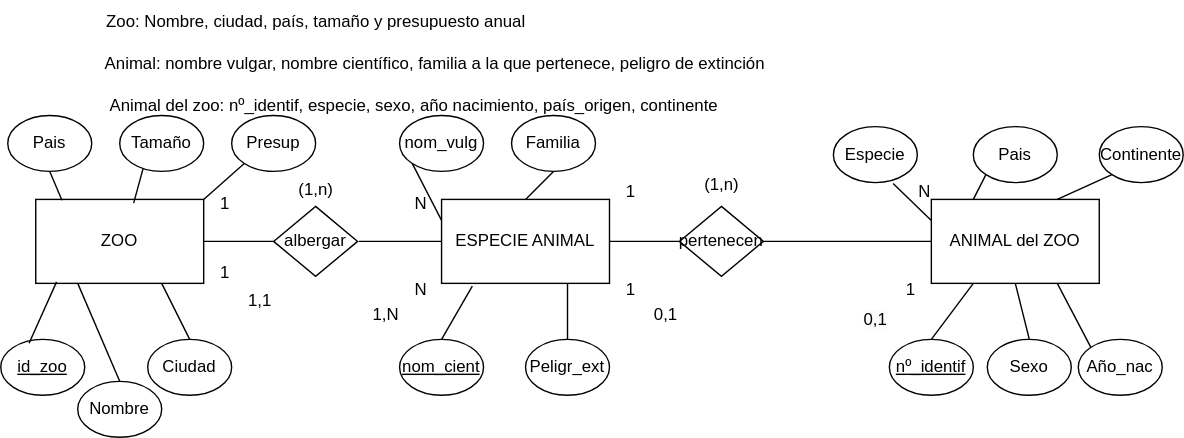
aitorarregui10/Dise-oBBDD keeps this draw.io diagram as Zoo.drawio.svg. Above is the earlier version. Source tidied: cells renumbered, new cells last; positions are measured from the earlier drawing's top-left corner, leaving out a move shared by most shapes.
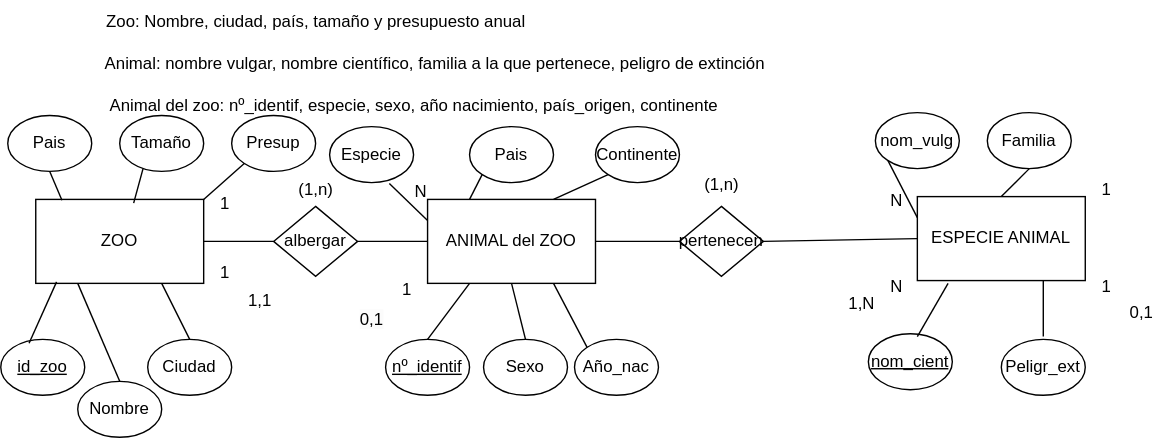
After the commit.

Diff of the diagram source:
```diff
@@ -6,7 +6,7 @@
       <mxGeometry x="25" y="142" width="120" height="60" as="geometry" />
     </mxCell>
     <mxCell id="3" value="ESPECIE ANIMAL" style="rounded=0;whiteSpace=wrap;html=1;" parent="1" vertex="1">
-      <mxGeometry x="315" y="142" width="120" height="60" as="geometry" />
+      <mxGeometry x="655" y="140" width="120" height="60" as="geometry" />
     </mxCell>
     <mxCell id="4" value="albergar" style="rhombus;whiteSpace=wrap;html=1;" parent="1" vertex="1">
       <mxGeometry x="195" y="147" width="60" height="50" as="geometry" />
@@ -18,7 +18,7 @@
       <mxGeometry x="60" y="30" width="500" height="30" as="geometry" />
     </mxCell>
     <mxCell id="7" value="ANIMAL del ZOO" style="rounded=0;whiteSpace=wrap;html=1;" parent="1" vertex="1">
-      <mxGeometry x="665" y="142" width="120" height="60" as="geometry" />
+      <mxGeometry x="305" y="142" width="120" height="60" as="geometry" />
     </mxCell>
     <mxCell id="8" value="pertenecen" style="rhombus;whiteSpace=wrap;html=1;" parent="1" vertex="1">
       <mxGeometry x="485" y="147" width="60" height="50" as="geometry" />
@@ -28,12 +28,6 @@
         <mxPoint x="195" y="172" as="targetPoint" />
       </mxGeometry>
     </mxCell>
-    <mxCell id="10" style="endArrow=none;html=1;rounded=0;" parent="1" edge="1">
-      <mxGeometry relative="1" as="geometry">
-        <mxPoint x="256" y="172" as="sourcePoint" />
-        <mxPoint x="315" y="172" as="targetPoint" />
-      </mxGeometry>
-    </mxCell>
     <mxCell id="11" value="Animal del zoo: nº_identif, especie, sexo, año nacimiento, país_origen, continente" style="text;html=1;align=center;verticalAlign=middle;strokeColor=none;fillColor=none;" parent="1" vertex="1">
       <mxGeometry x="65" y="60" width="460" height="30" as="geometry" />
     </mxCell>
@@ -41,10 +35,10 @@
       <mxGeometry x="55" y="272" width="60" height="40" as="geometry" />
     </mxCell>
     <mxCell id="13" value="&lt;u&gt;nº_identif&lt;/u&gt;" style="ellipse;whiteSpace=wrap;html=1;" parent="1" vertex="1">
-      <mxGeometry x="635" y="242" width="60" height="40" as="geometry" />
+      <mxGeometry x="275" y="242" width="60" height="40" as="geometry" />
     </mxCell>
     <mxCell id="14" value="&lt;u&gt;nom_cient&lt;/u&gt;" style="ellipse;whiteSpace=wrap;html=1;" parent="1" vertex="1">
-      <mxGeometry x="285" y="242" width="60" height="40" as="geometry" />
+      <mxGeometry x="620" y="238" width="60" height="40" as="geometry" />
     </mxCell>
     <mxCell id="15" value="Ciudad" style="ellipse;whiteSpace=wrap;html=1;" parent="1" vertex="1">
       <mxGeometry x="105" y="242" width="60" height="40" as="geometry" />
@@ -59,28 +53,28 @@
       <mxGeometry x="165" y="82" width="60" height="40" as="geometry" />
     </mxCell>
     <mxCell id="19" value="Especie" style="ellipse;whiteSpace=wrap;html=1;" parent="1" vertex="1">
-      <mxGeometry x="595" y="90" width="60" height="40" as="geometry" />
+      <mxGeometry x="235" y="90" width="60" height="40" as="geometry" />
     </mxCell>
     <mxCell id="20" value="Pais" style="ellipse;whiteSpace=wrap;html=1;" parent="1" vertex="1">
-      <mxGeometry x="695" y="90" width="60" height="40" as="geometry" />
+      <mxGeometry x="335" y="90" width="60" height="40" as="geometry" />
     </mxCell>
     <mxCell id="21" value="Continente" style="ellipse;whiteSpace=wrap;html=1;" parent="1" vertex="1">
-      <mxGeometry x="785" y="90" width="60" height="40" as="geometry" />
+      <mxGeometry x="425" y="90" width="60" height="40" as="geometry" />
     </mxCell>
     <mxCell id="22" value="Sexo" style="ellipse;whiteSpace=wrap;html=1;" parent="1" vertex="1">
-      <mxGeometry x="705" y="242" width="60" height="40" as="geometry" />
+      <mxGeometry x="345" y="242" width="60" height="40" as="geometry" />
     </mxCell>
     <mxCell id="23" value="Año_nac" style="ellipse;whiteSpace=wrap;html=1;" parent="1" vertex="1">
-      <mxGeometry x="770" y="242" width="60" height="40" as="geometry" />
+      <mxGeometry x="410" y="242" width="60" height="40" as="geometry" />
     </mxCell>
     <mxCell id="24" value="nom_vulg" style="ellipse;whiteSpace=wrap;html=1;" parent="1" vertex="1">
-      <mxGeometry x="285" y="82" width="60" height="40" as="geometry" />
+      <mxGeometry x="625" y="80" width="60" height="40" as="geometry" />
     </mxCell>
     <mxCell id="25" value="Familia" style="ellipse;whiteSpace=wrap;html=1;" parent="1" vertex="1">
-      <mxGeometry x="365" y="82" width="60" height="40" as="geometry" />
+      <mxGeometry x="705" y="80" width="60" height="40" as="geometry" />
     </mxCell>
     <mxCell id="26" value="Peligr_ext" style="ellipse;whiteSpace=wrap;html=1;" parent="1" vertex="1">
-      <mxGeometry x="375" y="242" width="60" height="40" as="geometry" />
+      <mxGeometry x="715" y="242" width="60" height="40" as="geometry" />
     </mxCell>
     <mxCell id="27" style="endArrow=none;html=1;rounded=0;exitX=0.5;exitY=0;exitDx=0;exitDy=0;entryX=0.25;entryY=1;entryDx=0;entryDy=0;" parent="1" edge="1" source="12" target="2">
       <mxGeometry relative="1" as="geometry" />
@@ -108,7 +102,7 @@
     </mxCell>
     <mxCell id="35" style="endArrow=none;html=1;rounded=0;exitX=0.378;exitY=1.017;exitDx=0;exitDy=0;exitPerimeter=0;entryX=0;entryY=0.25;entryDx=0;entryDy=0;" parent="1" edge="1" target="7">
       <mxGeometry relative="1" as="geometry">
-        <mxPoint x="637.7" y="130.7" as="sourcePoint" />
+        <mxPoint x="277.7" y="130.7" as="sourcePoint" />
       </mxGeometry>
     </mxCell>
     <mxCell id="36" style="endArrow=none;html=1;rounded=0;entryX=0;entryY=1;entryDx=0;entryDy=0;exitX=0.25;exitY=0;exitDx=0;exitDy=0;" parent="1" edge="1" source="7" target="20">
@@ -116,17 +110,21 @@
     </mxCell>
     <mxCell id="37" style="endArrow=none;html=1;rounded=0;entryX=0;entryY=1;entryDx=0;entryDy=0;exitX=0.75;exitY=0;exitDx=0;exitDy=0;" parent="1" edge="1" source="7">
       <mxGeometry relative="1" as="geometry">
-        <mxPoint x="794" y="124.3" as="targetPoint" />
+        <mxPoint x="434" y="124.3" as="targetPoint" />
       </mxGeometry>
     </mxCell>
-    <mxCell id="38" style="endArrow=none;html=1;rounded=0;entryX=0.75;entryY=1;entryDx=0;entryDy=0;" parent="1" edge="1" source="26" target="3">
-      <mxGeometry relative="1" as="geometry" />
+    <mxCell id="38" style="endArrow=none;html=1;rounded=0;entryX=0.75;entryY=1;entryDx=0;entryDy=0;" parent="1" edge="1" target="3">
+      <mxGeometry relative="1" as="geometry">
+        <mxPoint x="745" y="240" as="sourcePoint" />
+      </mxGeometry>
     </mxCell>
     <mxCell id="39" style="endArrow=none;html=1;rounded=0;entryX=0;entryY=1;entryDx=0;entryDy=0;exitX=0;exitY=0.25;exitDx=0;exitDy=0;" parent="1" edge="1" source="3" target="24">
       <mxGeometry relative="1" as="geometry" />
     </mxCell>
-    <mxCell id="40" style="endArrow=none;html=1;rounded=0;entryX=0.183;entryY=1.033;entryDx=0;entryDy=0;entryPerimeter=0;exitX=0.5;exitY=0;exitDx=0;exitDy=0;" parent="1" edge="1" source="14" target="3">
-      <mxGeometry relative="1" as="geometry" />
+    <mxCell id="40" style="endArrow=none;html=1;rounded=0;entryX=0.183;entryY=1.033;entryDx=0;entryDy=0;entryPerimeter=0;exitX=0.5;exitY=0;exitDx=0;exitDy=0;" parent="1" edge="1" target="3">
+      <mxGeometry relative="1" as="geometry">
+        <mxPoint x="655" y="240" as="sourcePoint" />
+      </mxGeometry>
     </mxCell>
     <mxCell id="41" style="endArrow=none;html=1;rounded=0;entryX=0.5;entryY=1;entryDx=0;entryDy=0;exitX=0.5;exitY=0;exitDx=0;exitDy=0;" parent="1" edge="1" source="3" target="25">
       <mxGeometry relative="1" as="geometry" />
@@ -135,10 +133,10 @@
       <mxGeometry x="145" y="130" width="30" height="30" as="geometry" />
     </mxCell>
     <mxCell id="43" value="N" style="text;html=1;align=center;verticalAlign=middle;strokeColor=none;fillColor=none;" parent="1" vertex="1">
-      <mxGeometry x="645" y="122" width="30" height="30" as="geometry" />
+      <mxGeometry x="285" y="122" width="30" height="30" as="geometry" />
     </mxCell>
     <mxCell id="44" value="1" style="text;html=1;align=center;verticalAlign=middle;strokeColor=none;fillColor=none;" parent="1" vertex="1">
-      <mxGeometry x="635" y="192" width="30" height="30" as="geometry" />
+      <mxGeometry x="275" y="192" width="30" height="30" as="geometry" />
     </mxCell>
     <mxCell id="45" value="1" style="text;html=1;align=center;verticalAlign=middle;strokeColor=none;fillColor=none;" parent="1" vertex="1">
       <mxGeometry x="145" y="180" width="30" height="30" as="geometry" />
@@ -150,40 +148,43 @@
       <mxGeometry x="165" y="200" width="40" height="30" as="geometry" />
     </mxCell>
     <mxCell id="48" value="1,N" style="text;html=1;align=center;verticalAlign=middle;strokeColor=none;fillColor=none;" parent="1" vertex="1">
-      <mxGeometry x="255" y="210" width="40" height="30" as="geometry" />
+      <mxGeometry x="595" y="202" width="40" height="30" as="geometry" />
     </mxCell>
     <mxCell id="49" value="1" style="text;html=1;align=center;verticalAlign=middle;strokeColor=none;fillColor=none;" parent="1" vertex="1">
-      <mxGeometry x="435" y="122" width="30" height="30" as="geometry" />
+      <mxGeometry x="775" y="120" width="30" height="30" as="geometry" />
     </mxCell>
     <mxCell id="50" value="N" style="text;html=1;align=center;verticalAlign=middle;strokeColor=none;fillColor=none;" parent="1" vertex="1">
-      <mxGeometry x="285" y="130" width="30" height="30" as="geometry" />
+      <mxGeometry x="625" y="128" width="30" height="30" as="geometry" />
     </mxCell>
     <mxCell id="51" value="N" style="text;html=1;align=center;verticalAlign=middle;strokeColor=none;fillColor=none;" parent="1" vertex="1">
-      <mxGeometry x="285" y="192" width="30" height="30" as="geometry" />
+      <mxGeometry x="625" y="190" width="30" height="30" as="geometry" />
     </mxCell>
     <mxCell id="52" value="(1,n)" style="text;html=1;align=center;verticalAlign=middle;strokeColor=none;fillColor=none;" parent="1" vertex="1">
       <mxGeometry x="490" y="117" width="50" height="30" as="geometry" />
     </mxCell>
     <mxCell id="53" value="1" style="text;html=1;align=center;verticalAlign=middle;strokeColor=none;fillColor=none;" parent="1" vertex="1">
-      <mxGeometry x="435" y="192" width="30" height="30" as="geometry" />
+      <mxGeometry x="775" y="190" width="30" height="30" as="geometry" />
     </mxCell>
     <mxCell id="54" value="0,1" style="text;html=1;align=center;verticalAlign=middle;strokeColor=none;fillColor=none;" parent="1" vertex="1">
-      <mxGeometry x="455" y="210" width="40" height="30" as="geometry" />
+      <mxGeometry x="795" y="208" width="40" height="30" as="geometry" />
     </mxCell>
     <mxCell id="55" value="&lt;span style=&quot;color: rgb(0, 0, 0); font-family: Helvetica; font-size: 12px; font-style: normal; font-variant-ligatures: normal; font-variant-caps: normal; font-weight: 400; letter-spacing: normal; orphans: 2; text-align: center; text-indent: 0px; text-transform: none; widows: 2; word-spacing: 0px; -webkit-text-stroke-width: 0px; white-space: nowrap; background-color: rgb(251, 251, 251); text-decoration-thickness: initial; text-decoration-style: initial; text-decoration-color: initial; display: inline !important; float: none;&quot;&gt;0,1&lt;/span&gt;" style="text;whiteSpace=wrap;html=1;" parent="1" vertex="1">
-      <mxGeometry x="615" y="214" width="20" height="22" as="geometry" />
+      <mxGeometry x="255" y="214" width="20" height="22" as="geometry" />
     </mxCell>
-    <mxCell id="56" style="endArrow=none;html=1;rounded=0;exitX=1;exitY=0.5;exitDx=0;exitDy=0;entryX=0;entryY=0.5;entryDx=0;entryDy=0;" parent="1" edge="1" source="3" target="8">
-      <mxGeometry relative="1" as="geometry" />
-    </mxCell>
-    <mxCell id="57" style="endArrow=none;html=1;rounded=0;entryX=1;entryY=0.5;entryDx=0;entryDy=0;exitX=0;exitY=0.5;exitDx=0;exitDy=0;" parent="1" edge="1" source="7" target="8">
-      <mxGeometry relative="1" as="geometry" />
-    </mxCell>
     <mxCell id="58" value="&lt;u&gt;id_zoo&lt;/u&gt;" style="ellipse;whiteSpace=wrap;html=1;" parent="1" vertex="1">
       <mxGeometry y="242" width="60" height="40" as="geometry" />
     </mxCell>
     <mxCell id="59" style="endArrow=none;html=1;rounded=0;exitX=0.124;exitY=0.982;exitDx=0;exitDy=0;entryX=0.337;entryY=0.071;entryDx=0;entryDy=0;entryPerimeter=0;exitPerimeter=0;" parent="1" edge="1" source="2" target="58">
       <mxGeometry relative="1" as="geometry" />
     </mxCell>
+    <mxCell id="60" style="endArrow=none;html=1;rounded=0;entryX=1;entryY=0.5;entryDx=0;entryDy=0;exitX=0;exitY=0.5;exitDx=0;exitDy=0;" parent="1" edge="1" source="7" target="4">
+      <mxGeometry relative="1" as="geometry" />
+    </mxCell>
+    <mxCell id="61" style="endArrow=none;html=1;rounded=0;entryX=1;entryY=0.5;entryDx=0;entryDy=0;exitX=0;exitY=0.5;exitDx=0;exitDy=0;" parent="1" edge="1" source="8" target="7">
+      <mxGeometry relative="1" as="geometry" />
+    </mxCell>
+    <mxCell id="62" style="endArrow=none;html=1;rounded=0;entryX=0;entryY=0.5;entryDx=0;entryDy=0;exitX=1;exitY=0.5;exitDx=0;exitDy=0;" parent="1" edge="1" source="8" target="3">
+      <mxGeometry relative="1" as="geometry" />
+    </mxCell>
   </root>
 </mxGraphModel>
```
